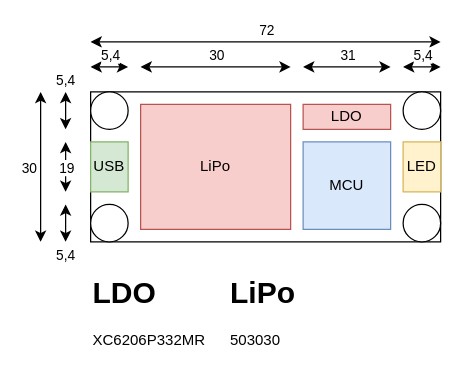
This is CubeIDE/_METEO/myMeteo.drawio from t1ltmare/c_verilog, a draw.io file, before an edit. Source tidied: cells renumbered, new cells numbered last; positions are measured from the earlier drawing's top-left corner, leaving out a move shared by most shapes. Both pictures are drawn from the tidied source at 125%, with x=0, y=0 at pixel (40, 41).
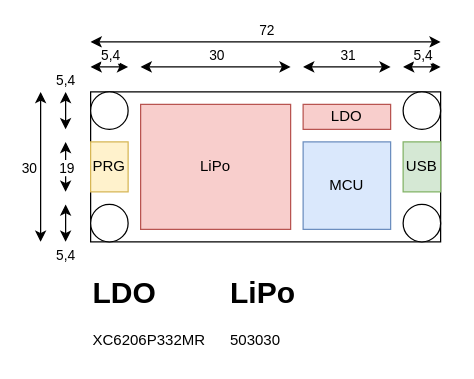
Above is the later version.

The edit, as a diff of the source:
```diff
@@
     <mxCell id="20" value="USB" style="rounded=0;whiteSpace=wrap;html=1;fillColor=#d5e8d4;strokeColor=#82b366;" parent="1" vertex="1">
-      <mxGeometry x="40" y="80" width="30" height="40" as="geometry" />
+      <mxGeometry x="290" y="80" width="30" height="40" as="geometry" />
     </mxCell>
@@
-    <mxCell id="29" value="LED" style="rounded=0;whiteSpace=wrap;html=1;fillColor=#fff2cc;strokeColor=#d6b656;" parent="1" vertex="1">
-      <mxGeometry x="290" y="80" width="30" height="40" as="geometry" />
+    <mxCell id="29" value="PRG" style="rounded=0;whiteSpace=wrap;html=1;fillColor=#fff2cc;strokeColor=#d6b656;" parent="1" vertex="1">
+      <mxGeometry x="40" y="80" width="30" height="40" as="geometry" />
     </mxCell>
```
